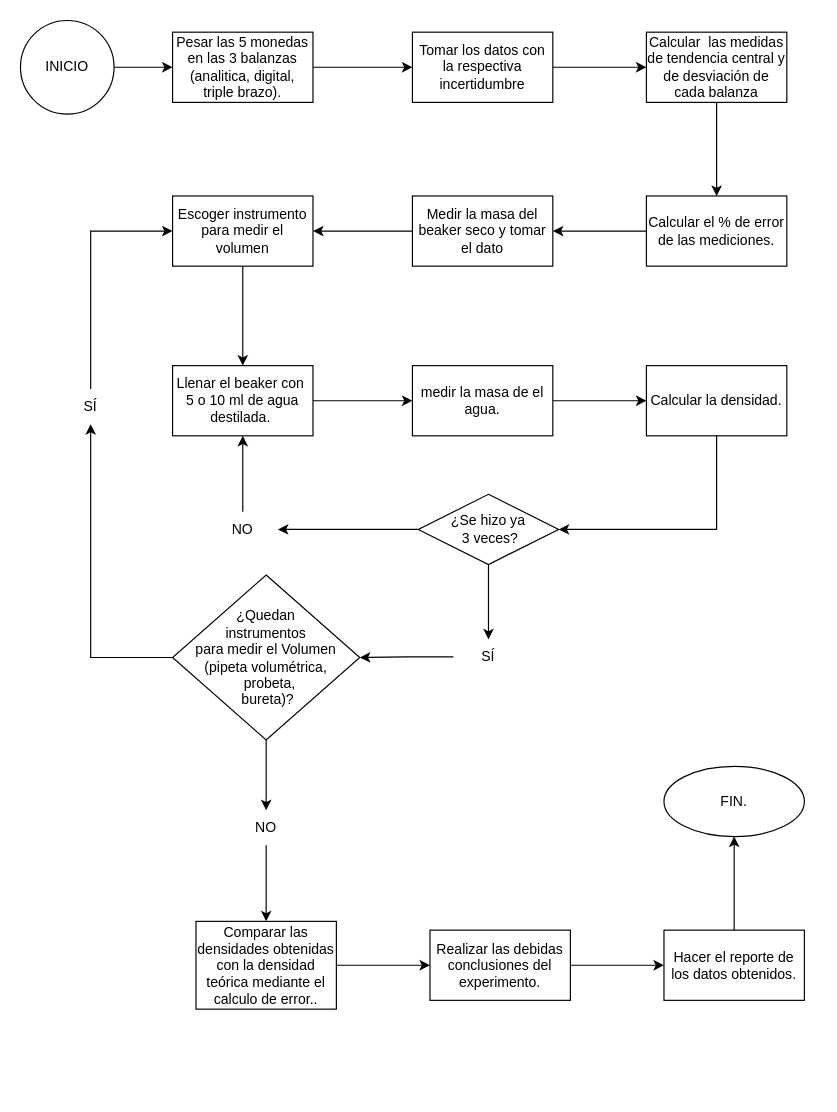
The draw.io diagram Lab/Untitled Diagram.drawio in jucamo0713/MyDiagrams, before the edit. Source tidied: cells renumbered, new cells numbered last; positions are measured from the earlier drawing's top-left corner, leaving out a move shared by most shapes. Both pictures are drawn from the tidied source at 117%, with x=0, y=0 at pixel (20, 20).
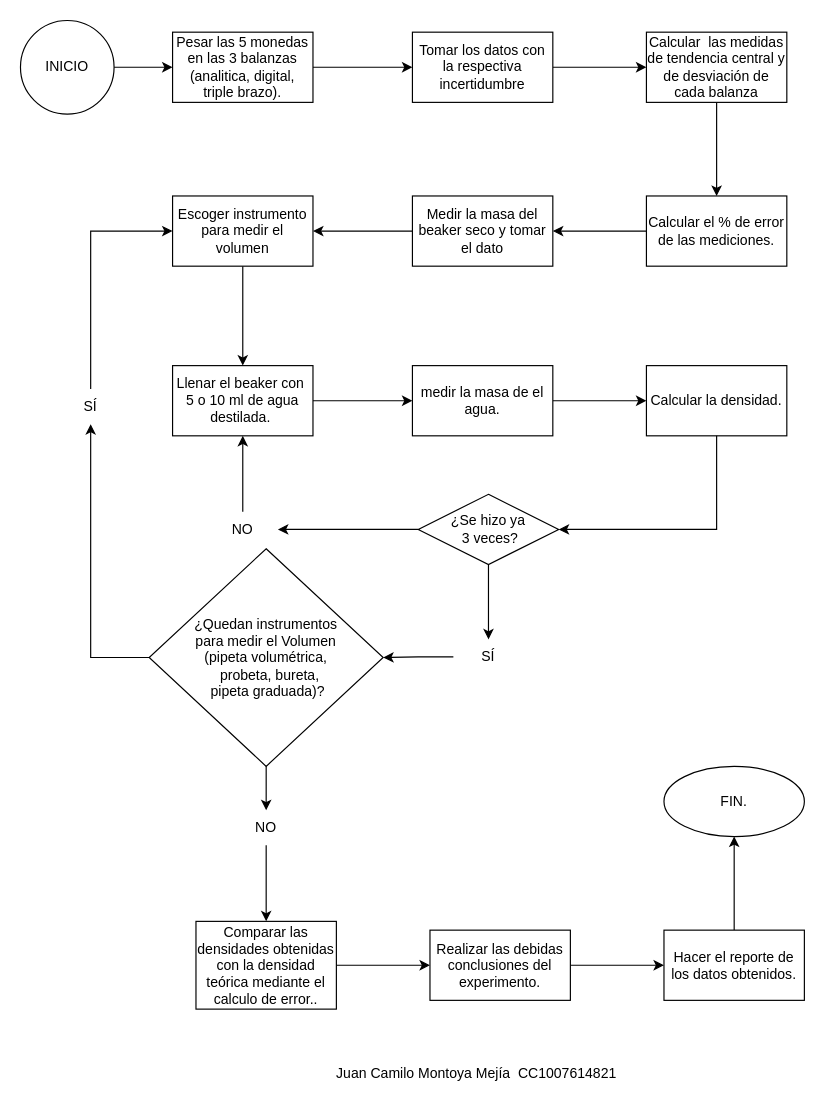
The same page after the edit.

Change to the diagram source:
```diff
@@
-    <mxCell id="29" value="¿Quedan &lt;br&gt;instrumentos &lt;br&gt;para medir el Volumen &lt;br&gt;(&lt;span style=&quot;background-color: initial;&quot;&gt;pipeta volumétrica,&lt;br&gt;&amp;nbsp;&amp;nbsp;&lt;/span&gt;&lt;span style=&quot;background-color: initial;&quot;&gt;probeta,&lt;br&gt;&amp;nbsp;bureta&lt;/span&gt;)?" style="rhombus;whiteSpace=wrap;html=1;" parent="1" vertex="1">
-      <mxGeometry x="130" y="474" width="160" height="141" as="geometry" />
+    <mxCell id="29" value="¿Quedan instrumentos &lt;br&gt;para medir el Volumen &lt;br&gt;(&lt;span style=&quot;background-color: initial;&quot;&gt;pipeta volumétrica,&lt;br&gt;&amp;nbsp;&amp;nbsp;&lt;/span&gt;&lt;span style=&quot;background-color: initial;&quot;&gt;probeta, bureta,&lt;br&gt;&amp;nbsp;pipeta graduada&lt;/span&gt;)?" style="rhombus;whiteSpace=wrap;html=1;" parent="1" vertex="1">
+      <mxGeometry x="110" y="451.5" width="200" height="186" as="geometry" />
     </mxCell>
@@
+    <mxCell id="43" value="Juan Camilo Montoya Mejía&amp;nbsp; CC1007614821" style="text;html=1;strokeColor=none;fillColor=none;align=center;verticalAlign=middle;whiteSpace=wrap;rounded=0;" parent="1" vertex="1">
+      <mxGeometry x="100" y="885" width="580" height="30" as="geometry" />
+    </mxCell>
```
